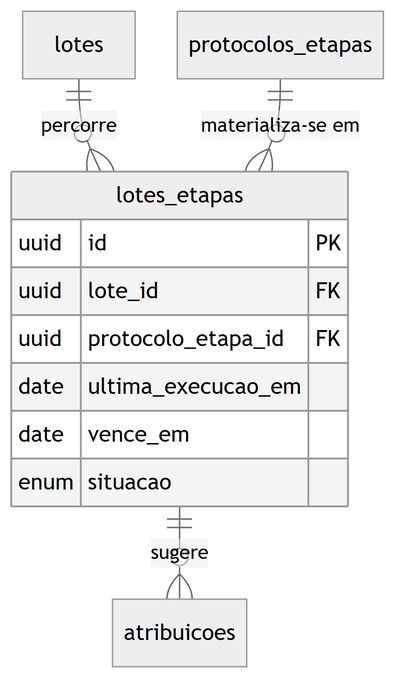
This is docs/engenharia/modelo-dados-pt/img/fig16-producao-protocolo-do-lote.png from JoaoMudar/tcc, a Mermaid export, as it was before one commit. Its source is kept beside it as docs/engenharia/modelo-dados-pt/mmd/fig16-producao-protocolo-do-lote.mmd.
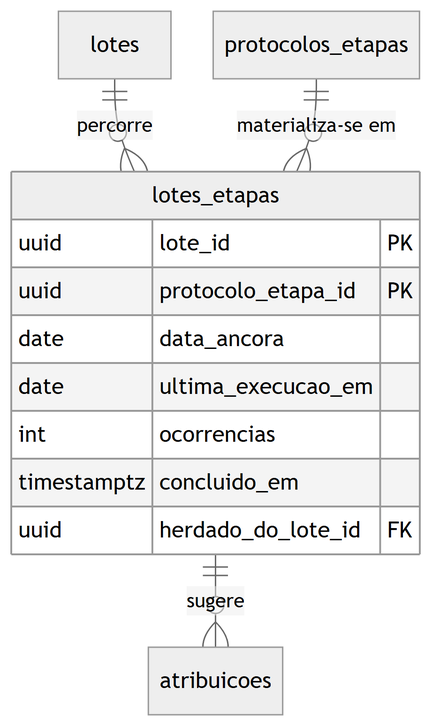
The same file after the commit.

The edit, as a diff of the source:
```diff
@@ -1,11 +1,12 @@
 erDiagram
   lotes_etapas {
-    uuid id PK
-    uuid lote_id FK
-    uuid protocolo_etapa_id FK
-    date ultima_execucao_em
-    date vence_em
-    enum situacao
+    uuid        lote_id PK
+    uuid        protocolo_etapa_id PK
+    date        data_ancora
+    date        ultima_execucao_em
+    int         ocorrencias
+    timestamptz concluido_em
+    uuid        herdado_do_lote_id FK
   }
   lotes {}
   protocolos_etapas {}
```
